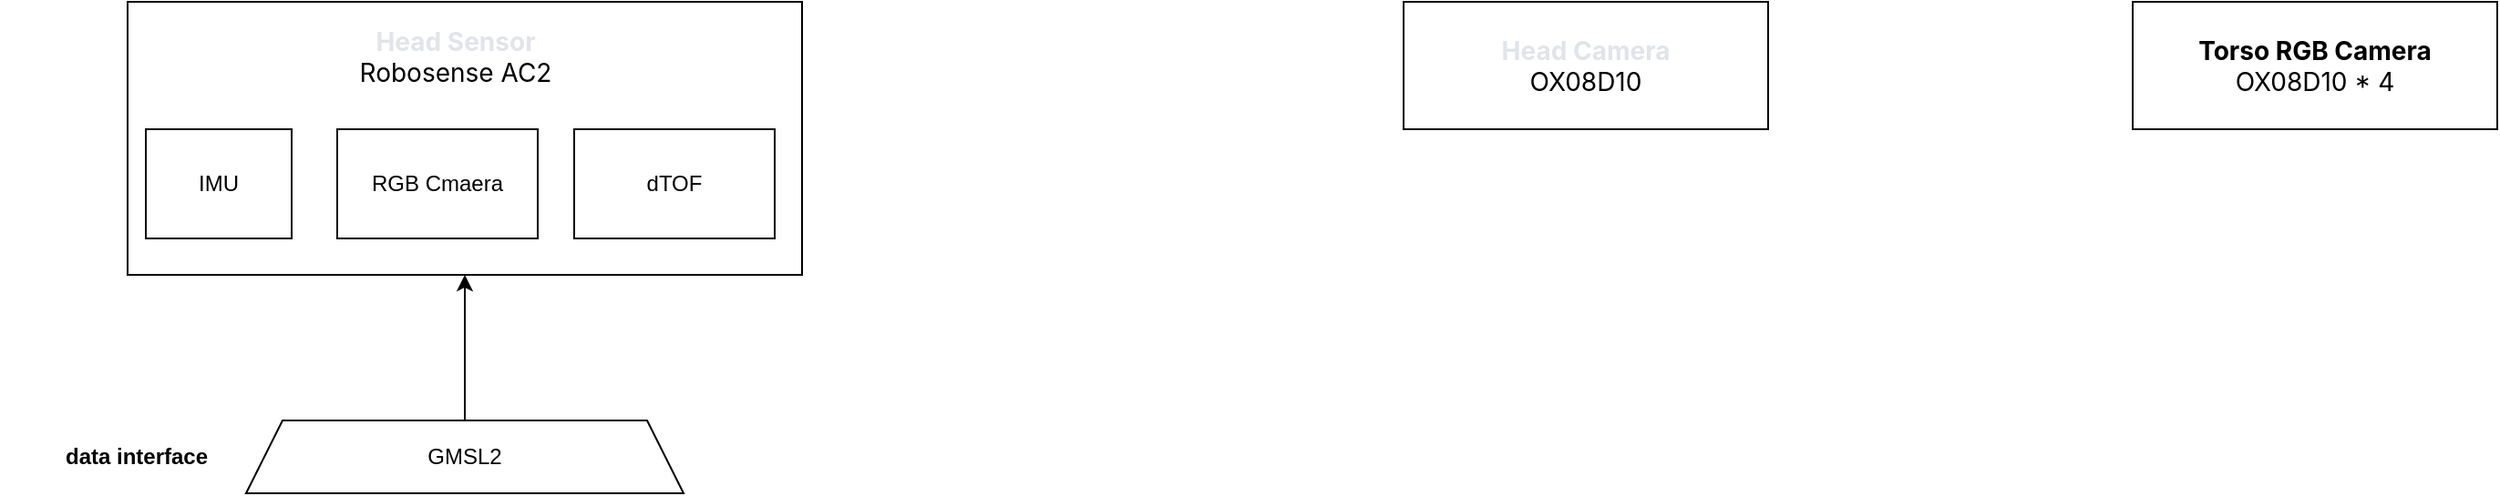
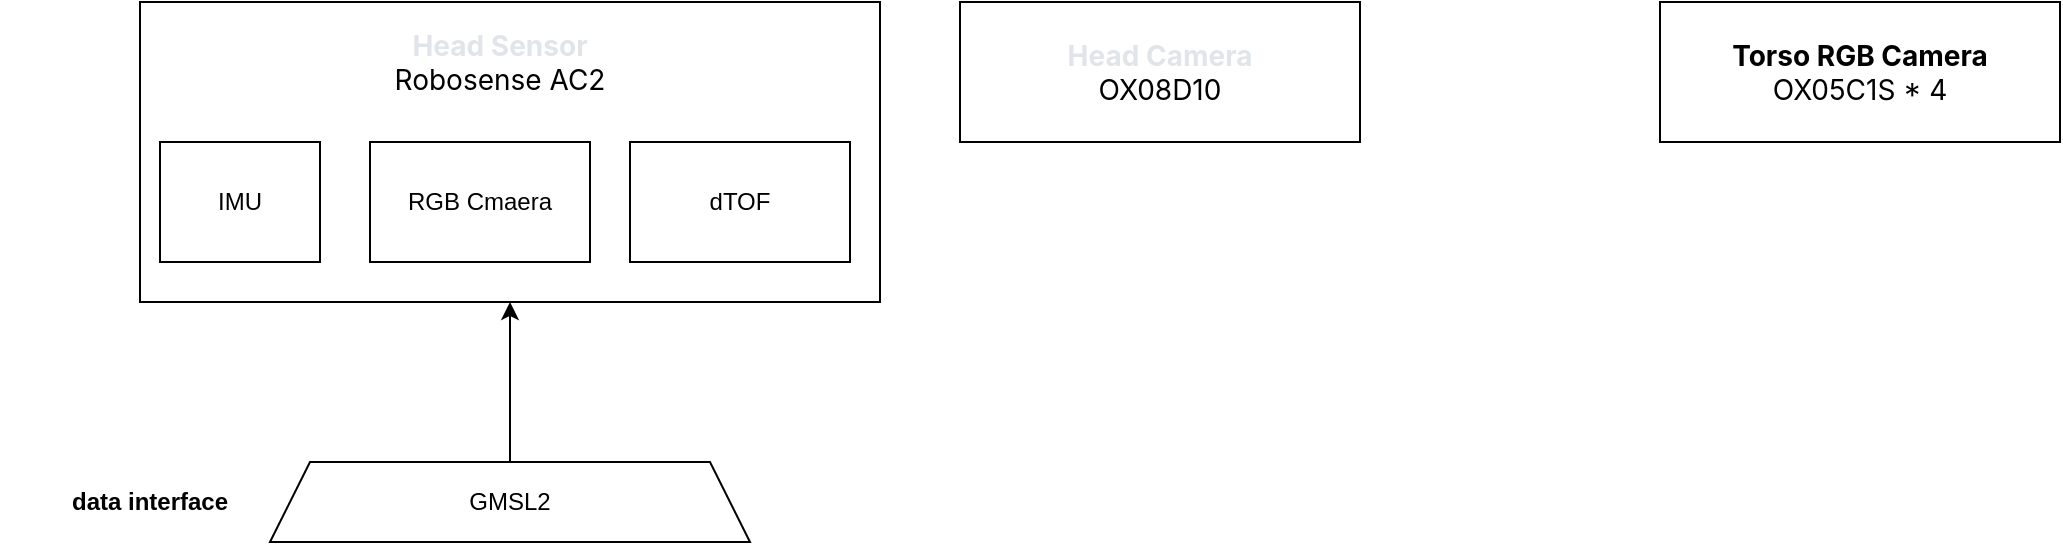
<mxfile host="app.diagrams.net">
  <diagram name="传感器整理" id="LXRXHt9DRMbfsnbOX2XS">
    <mxGraphModel dx="1947" dy="734" grid="1" gridSize="10" guides="1" tooltips="1" connect="1" arrows="1" fold="1" page="1" pageScale="1" pageWidth="827" pageHeight="1169" math="0" shadow="0">
      <root>
        <mxCell id="0" />
        <mxCell id="1" parent="0" />
        <mxCell id="if_Ictj8y_H9tt94Ulmm-2" parent="1" style="rounded=0;whiteSpace=wrap;html=1;" value="" vertex="1">
          <mxGeometry height="150" width="370" x="-610" y="210" as="geometry" />
        </mxCell>
-         <mxCell id="if_Ictj8y_H9tt94Ulmm-3" parent="1" style="rounded=0;whiteSpace=wrap;html=1;align=center;" value="&lt;div style=&quot;&quot;&gt;&lt;span style=&quot;font-family: -apple-system, BlinkMacSystemFont, &amp;quot;Segoe WPC&amp;quot;, &amp;quot;Segoe UI&amp;quot;, system-ui, Ubuntu, &amp;quot;Droid Sans&amp;quot;, sans-serif; font-size: 14px;&quot;&gt;&lt;b&gt;Torso RGB Camera&lt;/b&gt;&lt;/span&gt;&lt;span style=&quot;background-color: transparent; color: light-dark(rgb(0, 0, 0), rgb(255, 255, 255)); font-size: 14px;&quot;&gt;&lt;font face=&quot;-apple-system, BlinkMacSystemFont, Segoe WPC, Segoe UI, system-ui, Ubuntu, Droid Sans, sans-serif&quot;&gt;&lt;/font&gt;&lt;/span&gt;&lt;/div&gt;&lt;div style=&quot;&quot;&gt;&lt;span style=&quot;background-color: transparent; color: light-dark(rgb(0, 0, 0), rgb(255, 255, 255)); font-size: 14px;&quot;&gt;&lt;font face=&quot;-apple-system, BlinkMacSystemFont, Segoe WPC, Segoe UI, system-ui, Ubuntu, Droid Sans, sans-serif&quot;&gt;OX08D10 * 4&lt;/font&gt;&lt;/span&gt;&lt;/div&gt;" vertex="1">
-           <mxGeometry height="70" width="200" x="490" y="210" as="geometry" />
+         <mxCell id="if_Ictj8y_H9tt94Ulmm-3" parent="1" style="rounded=0;whiteSpace=wrap;html=1;align=center;" value="&lt;div style=&quot;&quot;&gt;&lt;span style=&quot;font-family: -apple-system, BlinkMacSystemFont, &amp;quot;Segoe WPC&amp;quot;, &amp;quot;Segoe UI&amp;quot;, system-ui, Ubuntu, &amp;quot;Droid Sans&amp;quot;, sans-serif; font-size: 14px;&quot;&gt;&lt;b&gt;Torso RGB Camera&lt;/b&gt;&lt;/span&gt;&lt;span style=&quot;background-color: transparent; color: light-dark(rgb(0, 0, 0), rgb(255, 255, 255)); font-size: 14px;&quot;&gt;&lt;font face=&quot;-apple-system, BlinkMacSystemFont, Segoe WPC, Segoe UI, system-ui, Ubuntu, Droid Sans, sans-serif&quot;&gt;&lt;/font&gt;&lt;/span&gt;&lt;/div&gt;&lt;div style=&quot;&quot;&gt;&lt;span style=&quot;background-color: transparent; color: light-dark(rgb(0, 0, 0), rgb(255, 255, 255)); font-size: 14px;&quot;&gt;&lt;font face=&quot;-apple-system, BlinkMacSystemFont, Segoe WPC, Segoe UI, system-ui, Ubuntu, Droid Sans, sans-serif&quot;&gt;OX05C1S * 4&lt;/font&gt;&lt;/span&gt;&lt;/div&gt;" vertex="1">
+           <mxGeometry height="70" width="200" x="150" y="210" as="geometry" />
        </mxCell>
        <mxCell id="0J0jtPP8bCpQZUBdG7A1-1" parent="1" style="rounded=0;whiteSpace=wrap;html=1;" value="&lt;div&gt;&lt;span style=&quot;font-family: -apple-system, BlinkMacSystemFont, &amp;quot;Segoe WPC&amp;quot;, &amp;quot;Segoe UI&amp;quot;, system-ui, Ubuntu, &amp;quot;Droid Sans&amp;quot;, sans-serif; font-size: 14px; text-align: start;&quot;&gt;&lt;font style=&quot;color: light-dark(rgb(225, 228, 232), rgb(255, 255, 255));&quot;&gt;&lt;b&gt;Head Camera&lt;/b&gt;&lt;/font&gt;&lt;/span&gt;&lt;/div&gt;&lt;div&gt;&lt;span style=&quot;font-family: -apple-system, BlinkMacSystemFont, &amp;quot;Segoe WPC&amp;quot;, &amp;quot;Segoe UI&amp;quot;, system-ui, Ubuntu, &amp;quot;Droid Sans&amp;quot;, sans-serif; font-size: 14px; text-align: start;&quot;&gt;OX08D10&lt;/span&gt;&lt;/div&gt;" vertex="1">
-           <mxGeometry height="70" width="200" x="90" y="210" as="geometry" />
+           <mxGeometry height="70" width="200" x="-200" y="210" as="geometry" />
        </mxCell>
        <mxCell id="0J0jtPP8bCpQZUBdG7A1-2" parent="1" style="rounded=0;whiteSpace=wrap;html=1;" value="IMU" vertex="1">
          <mxGeometry height="60" width="80" x="-600" y="280" as="geometry" />
        </mxCell>
        <mxCell id="0J0jtPP8bCpQZUBdG7A1-6" parent="1" style="rounded=0;whiteSpace=wrap;html=1;" value="RGB Cmaera" vertex="1">
          <mxGeometry height="60" width="110" x="-495" y="280" as="geometry" />
        </mxCell>
        <mxCell id="0J0jtPP8bCpQZUBdG7A1-8" parent="1" style="rounded=0;whiteSpace=wrap;html=1;" value="dTOF" vertex="1">
          <mxGeometry height="60" width="110" x="-365" y="280" as="geometry" />
        </mxCell>
        <mxCell id="0J0jtPP8bCpQZUBdG7A1-10" parent="1" style="text;html=1;whiteSpace=wrap;strokeColor=none;fillColor=none;align=center;verticalAlign=middle;rounded=0;" value="&lt;div&gt;&lt;span style=&quot;font-family: -apple-system, BlinkMacSystemFont, &amp;quot;Segoe WPC&amp;quot;, &amp;quot;Segoe UI&amp;quot;, system-ui, Ubuntu, &amp;quot;Droid Sans&amp;quot;, sans-serif; font-size: 14px; text-align: start;&quot;&gt;&lt;font style=&quot;color: light-dark(rgb(225, 228, 232), rgb(255, 255, 255));&quot;&gt;&lt;b&gt;Head Sensor&lt;/b&gt;&lt;/font&gt;&lt;/span&gt;&lt;/div&gt;&lt;div&gt;&lt;span style=&quot;font-family: -apple-system, BlinkMacSystemFont, &amp;quot;Segoe WPC&amp;quot;, &amp;quot;Segoe UI&amp;quot;, system-ui, Ubuntu, &amp;quot;Droid Sans&amp;quot;, sans-serif; font-size: 14px; text-align: start;&quot;&gt;Robosense AC2&lt;/span&gt;&lt;/div&gt;" vertex="1">
          <mxGeometry height="60" width="130" x="-495" y="210" as="geometry" />
        </mxCell>
        <mxCell id="0J0jtPP8bCpQZUBdG7A1-12" edge="1" parent="1" source="0J0jtPP8bCpQZUBdG7A1-11" style="edgeStyle=orthogonalEdgeStyle;rounded=0;orthogonalLoop=1;jettySize=auto;html=1;exitX=0.5;exitY=0;exitDx=0;exitDy=0;entryX=0.5;entryY=1;entryDx=0;entryDy=0;" target="if_Ictj8y_H9tt94Ulmm-2">
          <mxGeometry relative="1" as="geometry" />
        </mxCell>
        <mxCell id="0J0jtPP8bCpQZUBdG7A1-11" parent="1" style="shape=trapezoid;perimeter=trapezoidPerimeter;whiteSpace=wrap;html=1;fixedSize=1;" value="GMSL2" vertex="1">
          <mxGeometry height="40" width="240" x="-545" y="440" as="geometry" />
        </mxCell>
        <mxCell id="0J0jtPP8bCpQZUBdG7A1-13" parent="1" style="text;html=1;whiteSpace=wrap;strokeColor=none;fillColor=none;align=center;verticalAlign=middle;rounded=0;" value="&lt;b&gt;data interface&lt;/b&gt;" vertex="1">
          <mxGeometry height="40" width="150" x="-680" y="440" as="geometry" />
        </mxCell>
      </root>
    </mxGraphModel>
  </diagram>
</mxfile>
